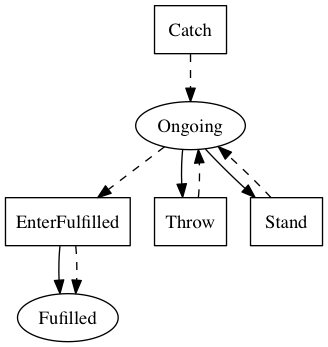
Above: linear_state_machine_language/pyL4/examples_graphviz_out/toy_and_teaching/minimal_future-actions.png in Marcao02/complaw-deeptech (Graphviz), before the change. Its source is kept beside it as linear_state_machine_language/pyL4/examples_graphviz_out/toy_and_teaching/minimal_future-actions.dot.
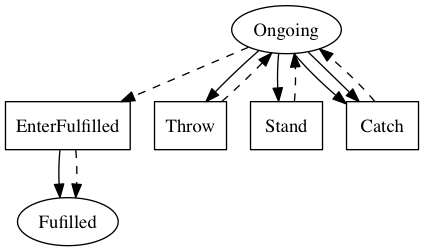
The same diagram one commit later.

What changed in the source:
```diff
@@ -13,6 +13,8 @@
 
     Ongoing -> Throw;
 	Ongoing -> Stand;
+	Ongoing -> Catch;
+	Ongoing -> Catch;
 	Ongoing -> EnterFulfilled [style=dashed]
 
     Throw -> Ongoing [style=dashed];
```
